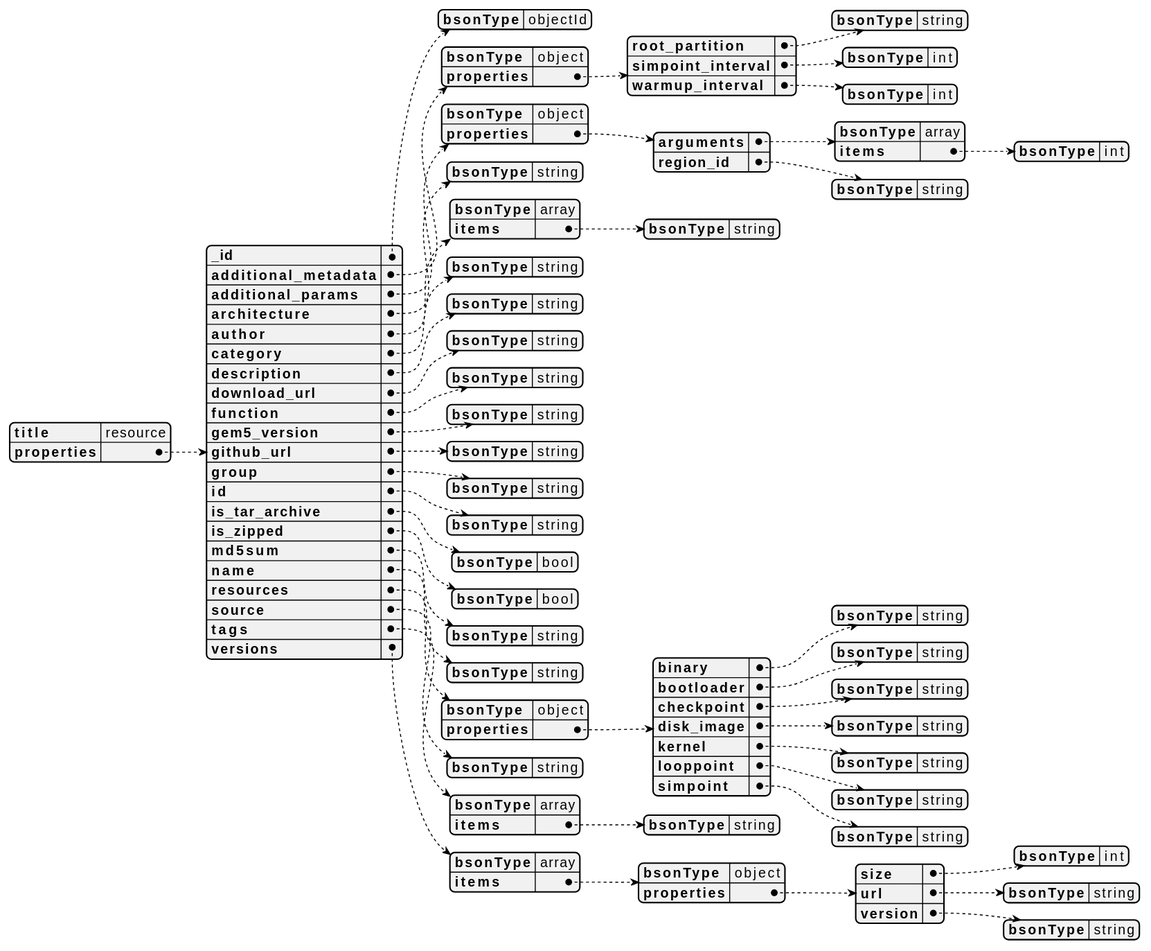
The PlantUML diagram docs/MongoDB_UML.svg in gem5/gem5-resources-website, before a commit. Its diagram source:
```plantuml
@startjson
{
    "title": "resource",
    "properties": {
        "_id": {
            "bsonType": "objectId"
        },
        "additional_metadata": {
            "bsonType": "object",
            "properties": {
                "root_partition": {
                    "bsonType": "string"
                },
                "simpoint_interval": {
                    "bsonType": "int"
                },
                "warmup_interval": {
                    "bsonType": "int"
                }
            }
        },
        "additional_params": {
            "bsonType": "object",
            "properties": {
                "arguments": {
                    "bsonType": "array",
                    "items": {
                        "bsonType": "int"
                    }
                },
                "region_id": {
                    "bsonType": "string"
                }
            }
        },
        "architecture": {
            "bsonType": "string"
        },
        "author": {
            "bsonType": "array",
            "items": {
                "bsonType": "string"
            }
        },
        "category": {
            "bsonType": "string"
        },
        "description": {
            "bsonType": "string"
        },
        "download_url": {
            "bsonType": "string"
        },
        "function": {
            "bsonType": "string"
        },
        "gem5_version": {
            "bsonType": "string"
        },
        "github_url": {
            "bsonType": "string"
        },
        "group": {
            "bsonType": "string"
        },
        "id": {
            "bsonType": "string"
        },
        "is_tar_archive": {
            "bsonType": "bool"
        },
        "is_zipped": {
            "bsonType": "bool"
        },
        "md5sum": {
            "bsonType": "string"
        },
        "name": {
            "bsonType": "string"
        },
        "resources": {
            "bsonType": "object",
            "properties": {
                "binary": {
                    "bsonType": "string"
                },
                "bootloader": {
                    "bsonType": "string"
                },
                "checkpoint": {
                    "bsonType": "string"
                },
                "disk_image": {
                    "bsonType": "string"
                },
                "kernel": {
                    "bsonType": "string"
                },
                "looppoint": {
                    "bsonType": "string"
                },
                "simpoint": {
                    "bsonType": "string"
                }
            }
        },
        "source": {
            "bsonType": "string"
        },
        "tags": {
            "bsonType": "array",
            "items": {
                "bsonType": "string"
            }
        },
        "versions": {
            "bsonType": "array",
            "items": {
                "bsonType": "object",
                "properties": {
                    "size": {
                        "bsonType": "int"
                    },
                    "url": {
                        "bsonType": "string"
                    },
                    "version": {
                        "bsonType": "string"
                    }
                }
            }
        }
    }
}
@endjson
```
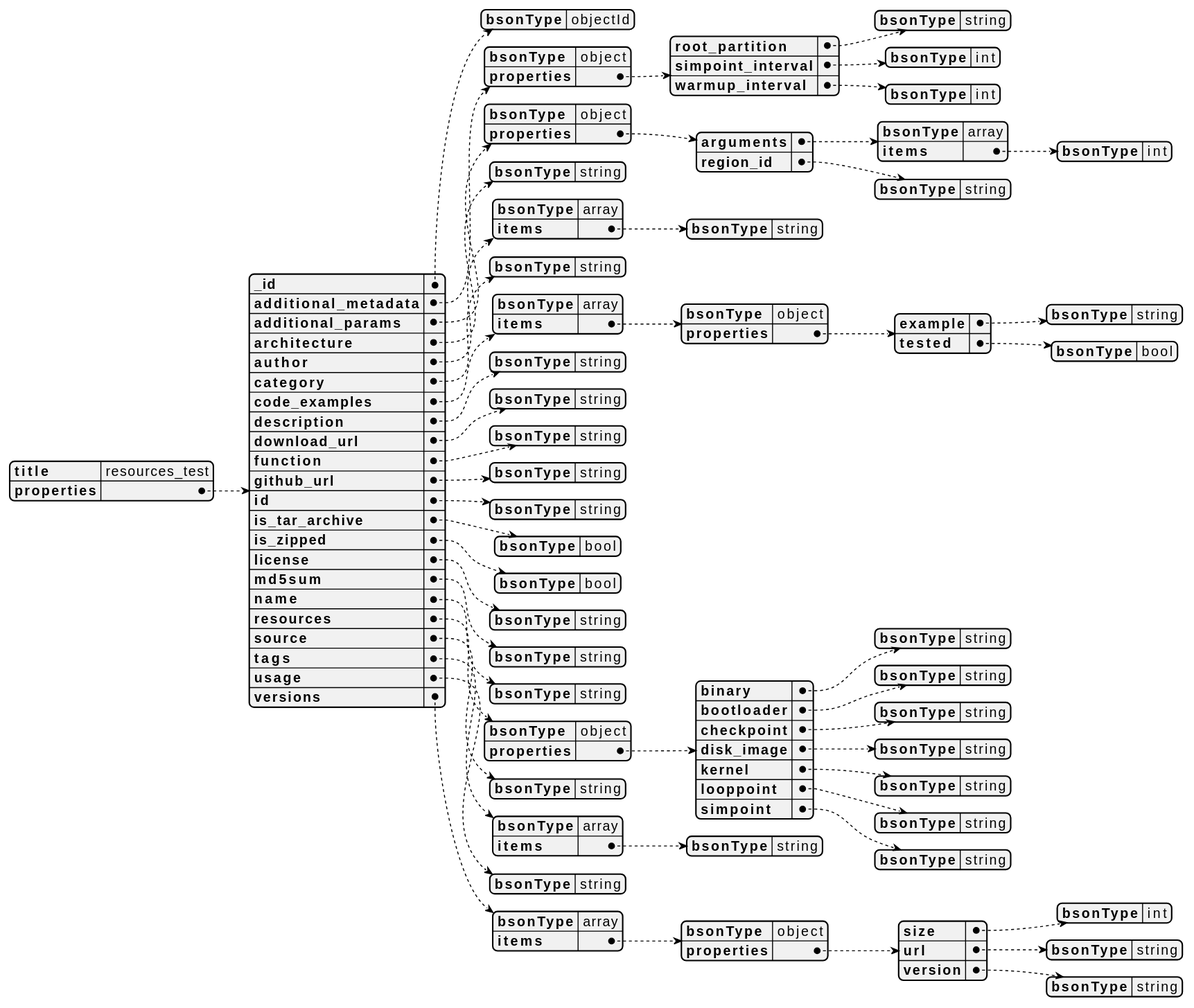
The same diagram one commit later.

Commit message:
Updated Schemas and schema diagrams

Diff of the diagram source:
```diff
@@ -1,6 +1,6 @@
 @startjson
 {
-    "title": "resource",
+    "title": "resources_test",
     "properties": {
         "_id": {
             "bsonType": "objectId"
@@ -45,6 +45,20 @@
         "category": {
             "bsonType": "string"
         },
+        "code_examples": {
+            "bsonType": "array",
+            "items": {
+                "bsonType": "object",
+                "properties": {
+                    "example": {
+                        "bsonType": "string"
+                    },
+                    "tested": {
+                        "bsonType": "bool"
+                    }
+                }
+            }
+        },
         "description": {
             "bsonType": "string"
         },
@@ -54,13 +68,7 @@
         "function": {
             "bsonType": "string"
         },
-        "gem5_version": {
-            "bsonType": "string"
-        },
         "github_url": {
-            "bsonType": "string"
-        },
-        "group": {
             "bsonType": "string"
         },
         "id": {
@@ -71,6 +79,9 @@
         },
         "is_zipped": {
             "bsonType": "bool"
+        },
+        "license": {
+            "bsonType": "string"
         },
         "md5sum": {
             "bsonType": "string"
@@ -113,6 +124,9 @@
                 "bsonType": "string"
             }
         },
+        "usage": {
+            "bsonType": "string"
+        },
         "versions": {
             "bsonType": "array",
             "items": {
```
